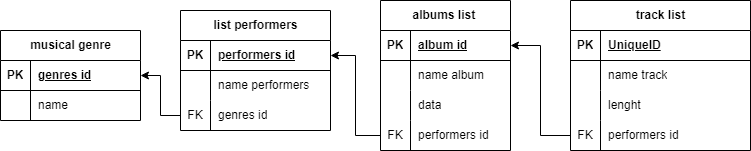
Earlier version of the draw.io export music_site_map_lite.png (a003671/Homework_for_the_lecture_Introduction_to_the_database). Source tidied: cells renumbered, new cells last; positions are measured from the earlier drawing's top-left corner, leaving out a move shared by most shapes. The source it was exported from:
```xml
<mxGraphModel>
  <root>
    <mxCell id="0" />
    <mxCell id="1" parent="0" />
    <mxCell id="2" value="musical genre" style="shape=table;startSize=30;rowLines=0;fontStyle=1;align=center;html=1;" parent="1" vertex="1">
      <mxGeometry y="30" width="140" height="90" as="geometry" />
    </mxCell>
    <mxCell id="3" style="shape=tableRow;horizontal=0;startSize=0;swimlaneHead=0;swimlaneBody=0;fillColor=none;points=[[0,0.5],[1,0.5]];portConstraint=eastwest;top=0;left=0;right=0;bottom=1;" parent="2" vertex="1">
      <mxGeometry y="30" width="140" height="30" as="geometry" />
    </mxCell>
    <mxCell id="4" value="PK" style="shape=partialRectangle;fillColor=none;top=0;left=0;bottom=0;right=0;fontStyle=1;overflow=hidden;whiteSpace=wrap;html=1;" parent="3" vertex="1">
      <mxGeometry width="30" height="30" as="geometry" />
    </mxCell>
    <mxCell id="5" value="genres id" style="shape=partialRectangle;fillColor=none;top=0;left=0;bottom=0;right=0;align=left;spacingLeft=6;fontStyle=5;overflow=hidden;whiteSpace=wrap;html=1;" parent="3" vertex="1">
      <mxGeometry x="30" width="110" height="30" as="geometry" />
    </mxCell>
    <mxCell id="6" style="shape=tableRow;horizontal=0;startSize=0;swimlaneHead=0;swimlaneBody=0;fillColor=none;top=0;left=0;right=0;bottom=0;" parent="2" vertex="1">
      <mxGeometry y="60" width="140" height="30" as="geometry" />
    </mxCell>
    <mxCell id="7" style="shape=partialRectangle;fillColor=none;top=0;left=0;bottom=0;right=0;overflow=hidden;whiteSpace=wrap;html=1;" parent="6" vertex="1">
      <mxGeometry width="30" height="30" as="geometry" />
    </mxCell>
    <mxCell id="8" value="name" style="shape=partialRectangle;fillColor=none;top=0;left=0;bottom=0;right=0;align=left;spacingLeft=6;overflow=hidden;whiteSpace=wrap;html=1;" parent="6" vertex="1">
      <mxGeometry x="30" width="110" height="30" as="geometry" />
    </mxCell>
    <mxCell id="9" value="list performers" style="shape=table;startSize=30;rowLines=0;fontStyle=1;align=center;html=1;" parent="1" vertex="1">
      <mxGeometry x="180" y="10" width="150" height="120" as="geometry" />
    </mxCell>
    <mxCell id="10" style="shape=tableRow;horizontal=0;startSize=0;swimlaneHead=0;swimlaneBody=0;fillColor=none;points=[[0,0.5],[1,0.5]];portConstraint=eastwest;top=0;left=0;right=0;bottom=1;" parent="9" vertex="1">
      <mxGeometry y="30" width="150" height="30" as="geometry" />
    </mxCell>
    <mxCell id="11" value="PK" style="shape=partialRectangle;fillColor=none;top=0;left=0;bottom=0;right=0;fontStyle=1;overflow=hidden;whiteSpace=wrap;html=1;" parent="10" vertex="1">
      <mxGeometry width="30" height="30" as="geometry" />
    </mxCell>
    <mxCell id="12" value="performers id" style="shape=partialRectangle;fillColor=none;top=0;left=0;bottom=0;right=0;align=left;spacingLeft=6;fontStyle=5;overflow=hidden;whiteSpace=wrap;html=1;" parent="10" vertex="1">
      <mxGeometry x="30" width="120" height="30" as="geometry" />
    </mxCell>
    <mxCell id="13" style="shape=tableRow;horizontal=0;startSize=0;swimlaneHead=0;swimlaneBody=0;fillColor=none;top=0;left=0;right=0;bottom=0;" parent="9" vertex="1">
      <mxGeometry y="60" width="150" height="30" as="geometry" />
    </mxCell>
    <mxCell id="14" style="shape=partialRectangle;fillColor=none;top=0;left=0;bottom=0;right=0;overflow=hidden;whiteSpace=wrap;html=1;" parent="13" vertex="1">
      <mxGeometry width="30" height="30" as="geometry" />
    </mxCell>
    <mxCell id="15" value="name performers" style="shape=partialRectangle;fillColor=none;top=0;left=0;bottom=0;right=0;align=left;spacingLeft=6;overflow=hidden;whiteSpace=wrap;html=1;" parent="13" vertex="1">
      <mxGeometry x="30" width="120" height="30" as="geometry" />
    </mxCell>
    <mxCell id="16" style="shape=tableRow;horizontal=0;startSize=0;swimlaneHead=0;swimlaneBody=0;fillColor=none;points=[[0,0.5],[1,0.5]];portConstraint=eastwest;top=0;left=0;right=0;bottom=0;" parent="9" vertex="1">
      <mxGeometry y="90" width="150" height="30" as="geometry" />
    </mxCell>
    <mxCell id="17" value="FK" style="shape=partialRectangle;fillColor=none;top=0;left=0;bottom=0;right=0;overflow=hidden;whiteSpace=wrap;html=1;" parent="16" vertex="1">
      <mxGeometry width="30" height="30" as="geometry" />
    </mxCell>
    <mxCell id="18" value="genres id" style="shape=partialRectangle;fillColor=none;top=0;left=0;bottom=0;right=0;align=left;spacingLeft=6;overflow=hidden;whiteSpace=wrap;html=1;" parent="16" vertex="1">
      <mxGeometry x="30" width="120" height="30" as="geometry" />
    </mxCell>
    <mxCell id="19" value="albums list&amp;nbsp;" style="shape=table;startSize=30;rowLines=0;fontStyle=1;align=center;html=1;" parent="1" vertex="1">
      <mxGeometry x="380" width="130" height="150" as="geometry" />
    </mxCell>
    <mxCell id="20" style="shape=tableRow;horizontal=0;startSize=0;swimlaneHead=0;swimlaneBody=0;fillColor=none;points=[[0,0.5],[1,0.5]];portConstraint=eastwest;top=0;left=0;right=0;bottom=1;" parent="19" vertex="1">
      <mxGeometry y="30" width="130" height="30" as="geometry" />
    </mxCell>
    <mxCell id="21" value="PK" style="shape=partialRectangle;fillColor=none;top=0;left=0;bottom=0;right=0;fontStyle=1;overflow=hidden;whiteSpace=wrap;html=1;" parent="20" vertex="1">
      <mxGeometry width="30" height="30" as="geometry" />
    </mxCell>
    <mxCell id="22" value="album id" style="shape=partialRectangle;fillColor=none;top=0;left=0;bottom=0;right=0;align=left;spacingLeft=6;fontStyle=5;overflow=hidden;whiteSpace=wrap;html=1;" parent="20" vertex="1">
      <mxGeometry x="30" width="100" height="30" as="geometry" />
    </mxCell>
    <mxCell id="23" style="shape=tableRow;horizontal=0;startSize=0;swimlaneHead=0;swimlaneBody=0;fillColor=none;top=0;left=0;right=0;bottom=0;" parent="19" vertex="1">
      <mxGeometry y="60" width="130" height="30" as="geometry" />
    </mxCell>
    <mxCell id="24" style="shape=partialRectangle;fillColor=none;top=0;left=0;bottom=0;right=0;overflow=hidden;whiteSpace=wrap;html=1;" parent="23" vertex="1">
      <mxGeometry width="30" height="30" as="geometry" />
    </mxCell>
    <mxCell id="25" value="name album" style="shape=partialRectangle;fillColor=none;top=0;left=0;bottom=0;right=0;align=left;spacingLeft=6;overflow=hidden;whiteSpace=wrap;html=1;" parent="23" vertex="1">
      <mxGeometry x="30" width="100" height="30" as="geometry" />
    </mxCell>
    <mxCell id="26" style="shape=tableRow;horizontal=0;startSize=0;swimlaneHead=0;swimlaneBody=0;fillColor=none;top=0;left=0;right=0;bottom=0;" parent="19" vertex="1">
      <mxGeometry y="90" width="130" height="30" as="geometry" />
    </mxCell>
    <mxCell id="27" style="shape=partialRectangle;fillColor=none;top=0;left=0;bottom=0;right=0;overflow=hidden;whiteSpace=wrap;html=1;" parent="26" vertex="1">
      <mxGeometry width="30" height="30" as="geometry" />
    </mxCell>
    <mxCell id="28" value="data" style="shape=partialRectangle;fillColor=none;top=0;left=0;bottom=0;right=0;align=left;spacingLeft=6;overflow=hidden;whiteSpace=wrap;html=1;" parent="26" vertex="1">
      <mxGeometry x="30" width="100" height="30" as="geometry" />
    </mxCell>
    <mxCell id="29" style="shape=tableRow;horizontal=0;startSize=0;swimlaneHead=0;swimlaneBody=0;fillColor=none;points=[[0,0.5],[1,0.5]];portConstraint=eastwest;top=0;left=0;right=0;bottom=0;" parent="19" vertex="1">
      <mxGeometry y="120" width="130" height="30" as="geometry" />
    </mxCell>
    <mxCell id="30" value="FK" style="shape=partialRectangle;fillColor=none;top=0;left=0;bottom=0;right=0;overflow=hidden;whiteSpace=wrap;html=1;" parent="29" vertex="1">
      <mxGeometry width="30" height="30" as="geometry" />
    </mxCell>
    <mxCell id="31" value="performers id" style="shape=partialRectangle;fillColor=none;top=0;left=0;bottom=0;right=0;align=left;spacingLeft=6;overflow=hidden;whiteSpace=wrap;html=1;" parent="29" vertex="1">
      <mxGeometry x="30" width="100" height="30" as="geometry" />
    </mxCell>
    <mxCell id="32" value="track list" style="shape=table;startSize=30;rowLines=0;fontStyle=1;align=center;html=1;" parent="1" vertex="1">
      <mxGeometry x="570" width="180" height="150" as="geometry" />
    </mxCell>
    <mxCell id="33" style="shape=tableRow;horizontal=0;startSize=0;swimlaneHead=0;swimlaneBody=0;fillColor=none;top=0;left=0;right=0;bottom=1;" parent="32" vertex="1">
      <mxGeometry y="30" width="180" height="30" as="geometry" />
    </mxCell>
    <mxCell id="34" value="PK" style="shape=partialRectangle;fillColor=none;top=0;left=0;bottom=0;right=0;fontStyle=1;overflow=hidden;whiteSpace=wrap;html=1;" parent="33" vertex="1">
      <mxGeometry width="30" height="30" as="geometry" />
    </mxCell>
    <mxCell id="35" value="UniqueID" style="shape=partialRectangle;fillColor=none;top=0;left=0;bottom=0;right=0;align=left;spacingLeft=6;fontStyle=5;overflow=hidden;whiteSpace=wrap;html=1;" parent="33" vertex="1">
      <mxGeometry x="30" width="150" height="30" as="geometry" />
    </mxCell>
    <mxCell id="36" style="shape=tableRow;horizontal=0;startSize=0;swimlaneHead=0;swimlaneBody=0;fillColor=none;top=0;left=0;right=0;bottom=0;" parent="32" vertex="1">
      <mxGeometry y="60" width="180" height="30" as="geometry" />
    </mxCell>
    <mxCell id="37" style="shape=partialRectangle;fillColor=none;top=0;left=0;bottom=0;right=0;overflow=hidden;whiteSpace=wrap;html=1;" parent="36" vertex="1">
      <mxGeometry width="30" height="30" as="geometry" />
    </mxCell>
    <mxCell id="38" value="name track" style="shape=partialRectangle;fillColor=none;top=0;left=0;bottom=0;right=0;align=left;spacingLeft=6;overflow=hidden;whiteSpace=wrap;html=1;" parent="36" vertex="1">
      <mxGeometry x="30" width="150" height="30" as="geometry" />
    </mxCell>
    <mxCell id="39" style="shape=tableRow;horizontal=0;startSize=0;swimlaneHead=0;swimlaneBody=0;fillColor=none;top=0;left=0;right=0;bottom=0;" parent="32" vertex="1">
      <mxGeometry y="90" width="180" height="30" as="geometry" />
    </mxCell>
    <mxCell id="40" style="shape=partialRectangle;fillColor=none;top=0;left=0;bottom=0;right=0;overflow=hidden;whiteSpace=wrap;html=1;" parent="39" vertex="1">
      <mxGeometry width="30" height="30" as="geometry" />
    </mxCell>
    <mxCell id="41" value="lenght" style="shape=partialRectangle;fillColor=none;top=0;left=0;bottom=0;right=0;align=left;spacingLeft=6;overflow=hidden;whiteSpace=wrap;html=1;" parent="39" vertex="1">
      <mxGeometry x="30" width="150" height="30" as="geometry" />
    </mxCell>
    <mxCell id="42" style="shape=tableRow;horizontal=0;startSize=0;swimlaneHead=0;swimlaneBody=0;fillColor=none;points=[[0,0.5],[1,0.5]];portConstraint=eastwest;top=0;left=0;right=0;bottom=0;" parent="32" vertex="1">
      <mxGeometry y="120" width="180" height="30" as="geometry" />
    </mxCell>
    <mxCell id="43" value="FK" style="shape=partialRectangle;fillColor=none;top=0;left=0;bottom=0;right=0;overflow=hidden;whiteSpace=wrap;html=1;" parent="42" vertex="1">
      <mxGeometry width="30" height="30" as="geometry" />
    </mxCell>
    <mxCell id="44" value="performers id" style="shape=partialRectangle;fillColor=none;top=0;left=0;bottom=0;right=0;align=left;spacingLeft=6;overflow=hidden;whiteSpace=wrap;html=1;" parent="42" vertex="1">
      <mxGeometry x="30" width="150" height="30" as="geometry" />
    </mxCell>
    <mxCell id="45" style="edgeStyle=orthogonalEdgeStyle;rounded=0;jettySize=auto;html=1;" parent="1" edge="1" source="16" target="3">
      <mxGeometry relative="1" as="geometry" />
    </mxCell>
    <mxCell id="46" style="edgeStyle=orthogonalEdgeStyle;rounded=0;jettySize=auto;html=1;exitX=0;exitY=0.5;exitDx=0;exitDy=0;" parent="1" edge="1" source="29" target="10">
      <mxGeometry relative="1" as="geometry" />
    </mxCell>
    <mxCell id="47" style="edgeStyle=orthogonalEdgeStyle;rounded=0;jettySize=auto;html=1;entryX=1;entryY=0.5;entryDx=0;entryDy=0;" parent="1" edge="1" source="42" target="20">
      <mxGeometry relative="1" as="geometry" />
    </mxCell>
  </root>
</mxGraphModel>
```
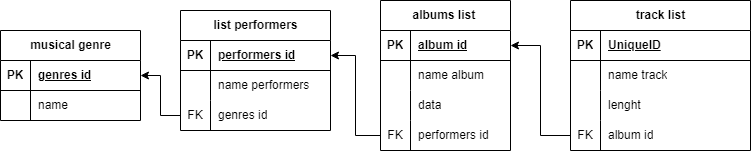
After the change.

Change to the diagram source:
```diff
@@ -128,7 +128,7 @@
     <mxCell id="43" value="FK" style="shape=partialRectangle;fillColor=none;top=0;left=0;bottom=0;right=0;overflow=hidden;whiteSpace=wrap;html=1;" parent="42" vertex="1">
       <mxGeometry width="30" height="30" as="geometry" />
     </mxCell>
-    <mxCell id="44" value="performers id" style="shape=partialRectangle;fillColor=none;top=0;left=0;bottom=0;right=0;align=left;spacingLeft=6;overflow=hidden;whiteSpace=wrap;html=1;" parent="42" vertex="1">
+    <mxCell id="44" value="album id" style="shape=partialRectangle;fillColor=none;top=0;left=0;bottom=0;right=0;align=left;spacingLeft=6;overflow=hidden;whiteSpace=wrap;html=1;" parent="42" vertex="1">
       <mxGeometry x="30" width="150" height="30" as="geometry" />
     </mxCell>
     <mxCell id="45" style="edgeStyle=orthogonalEdgeStyle;rounded=0;jettySize=auto;html=1;" parent="1" edge="1" source="16" target="3">
```
